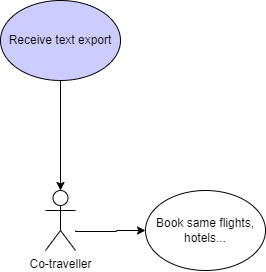
Above: diagrams/Road_Warrior_UseCases-UC_Co-traveller.png in Orry/CloudeneersArchKata2023 (draw.io), before the change. Source tidied: cells renumbered, new cells last; positions are measured from the earlier drawing's top-left corner, leaving out a move shared by most shapes.
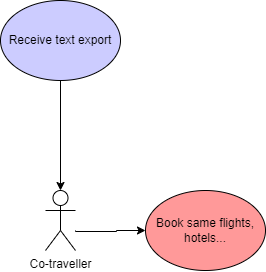
After the commit.

Commit message:
ARCH-KATA-200: Review Documentation - Update coloring

What changed in the source:
```diff
@@ -15,7 +15,7 @@
     <mxCell id="3" value="Co-traveller" style="shape=umlActor;verticalLabelPosition=bottom;verticalAlign=top;html=1;outlineConnect=0;" parent="1" vertex="1">
       <mxGeometry x="45" y="190" width="30" height="60" as="geometry" />
     </mxCell>
-    <mxCell id="4" value="Book same flights, hotels..." style="ellipse;whiteSpace=wrap;html=1;" parent="1" vertex="1">
+    <mxCell id="4" value="Book same flights, hotels..." style="ellipse;whiteSpace=wrap;html=1;fillColor=#FF9999;" parent="1" vertex="1">
       <mxGeometry x="145" y="190" width="120" height="80" as="geometry" />
     </mxCell>
     <mxCell id="5" style="edgeStyle=orthogonalEdgeStyle;rounded=0;jettySize=auto;html=1;" parent="1" edge="1" source="6" target="3">
```
